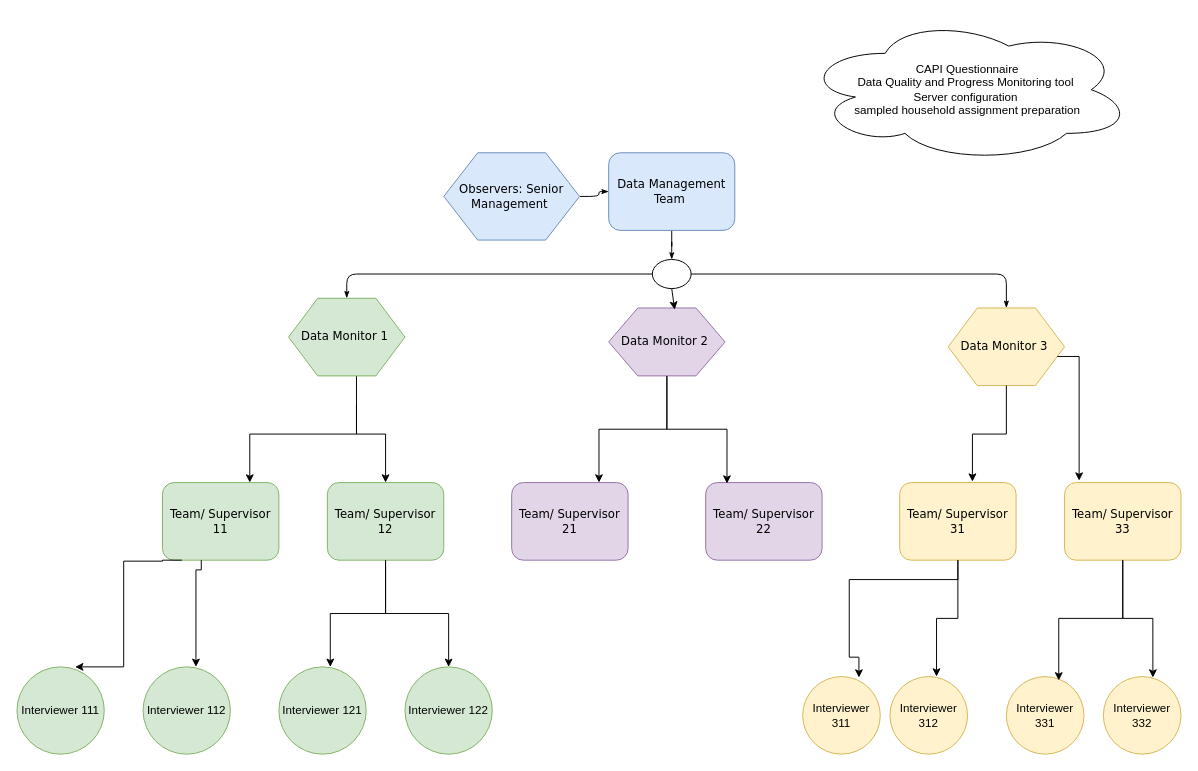
Above: Untitled Diagram.drawio in ATsegay/ATsegay (draw.io), before the change. Source tidied: cells renumbered, new cells numbered last; positions are measured from the earlier drawing's top-left corner, leaving out a move shared by most shapes. Both pictures are drawn from the tidied source at 97%, with x=0, y=0 at pixel (16, 16).
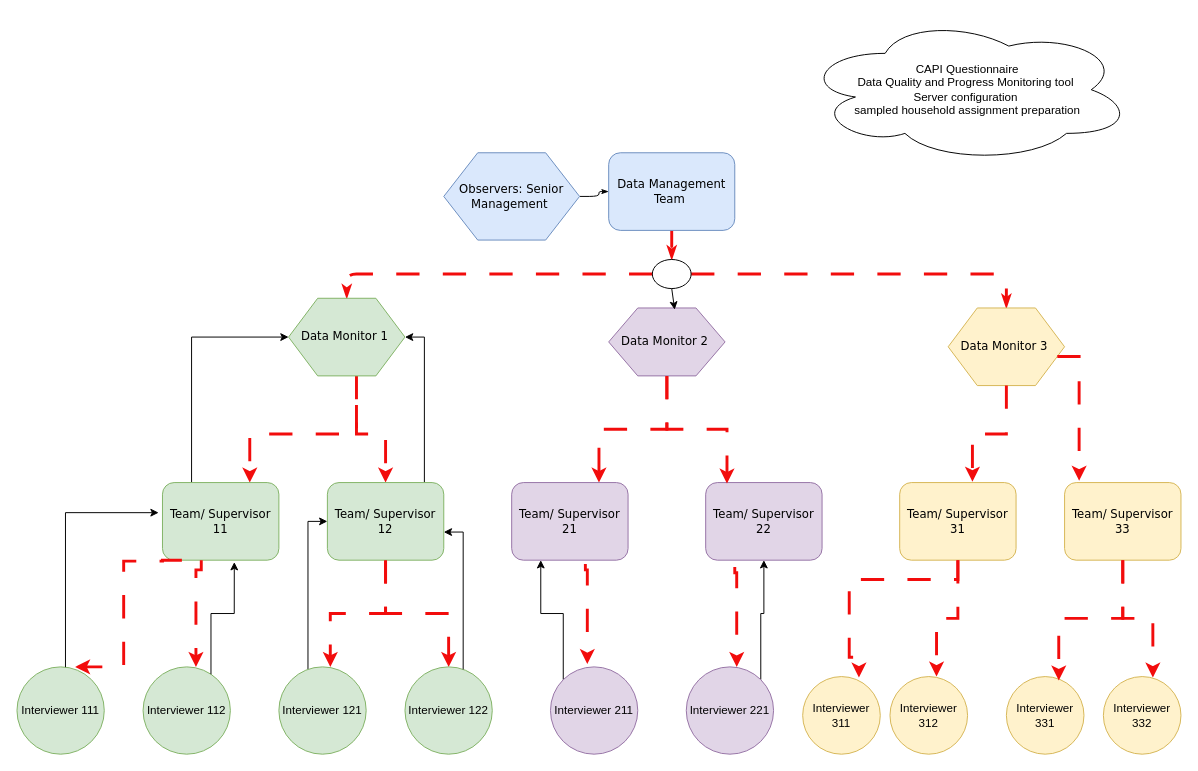
Above is the later version.

The change refers to these unchanged cells:
```xml
<mxCell id="5" value="Data Management Team&amp;nbsp;" style="rounded=1;whiteSpace=wrap;html=1;shadow=0;labelBackgroundColor=none;strokeWidth=1;fontFamily=Verdana;fontSize=12;align=center;fillColor=#dae8fc;strokeColor=#6c8ebf;" parent="1" vertex="1">
  <mxGeometry x="610" y="140" width="130" height="80" as="geometry" />
</mxCell>
<mxCell id="8" style="ellipse;whiteSpace=wrap;html=1;rounded=1;shadow=0;labelBackgroundColor=none;strokeWidth=1;fontFamily=Verdana;fontSize=12;align=center;" parent="1" vertex="1">
  <mxGeometry x="655" y="250" width="40" height="30" as="geometry" />
</mxCell>
<mxCell id="11" value="Data Monitor 1&amp;nbsp;" style="shape=hexagon;perimeter=hexagonPerimeter;whiteSpace=wrap;html=1;rounded=0;shadow=0;labelBackgroundColor=none;strokeWidth=1;fontFamily=Verdana;fontSize=12;align=center;fillColor=#d5e8d4;strokeColor=#82b366;" parent="1" vertex="1">
  <mxGeometry x="280" y="290" width="120" height="80" as="geometry" />
</mxCell>
<mxCell id="12" value="Data Monitor 3&amp;nbsp;" style="shape=hexagon;perimeter=hexagonPerimeter;whiteSpace=wrap;html=1;rounded=0;shadow=0;labelBackgroundColor=none;strokeWidth=1;fontFamily=Verdana;fontSize=12;align=center;fillColor=#fff2cc;strokeColor=#d6b656;" parent="1" vertex="1">
  <mxGeometry x="960" y="300" width="120" height="80" as="geometry" />
</mxCell>
<mxCell id="13" value="Team/ Supervisor 11" style="rounded=1;whiteSpace=wrap;html=1;shadow=0;labelBackgroundColor=none;strokeWidth=1;fontFamily=Verdana;fontSize=12;align=center;fillColor=#d5e8d4;strokeColor=#82b366;" parent="1" vertex="1">
  <mxGeometry x="150" y="480" width="120" height="80" as="geometry" />
</mxCell>
<mxCell id="14" value="Team/ Supervisor 33" style="rounded=1;whiteSpace=wrap;html=1;shadow=0;labelBackgroundColor=none;strokeWidth=1;fontFamily=Verdana;fontSize=12;align=center;fillColor=#fff2cc;strokeColor=#d6b656;" parent="1" vertex="1">
  <mxGeometry x="1080" y="480" width="120" height="80" as="geometry" />
</mxCell>
<mxCell id="16" value="Data Monitor 2&amp;nbsp;" style="shape=hexagon;perimeter=hexagonPerimeter;whiteSpace=wrap;html=1;rounded=0;shadow=0;labelBackgroundColor=none;strokeWidth=1;fontFamily=Verdana;fontSize=12;align=center;fillColor=#e1d5e7;strokeColor=#9673a6;" parent="1" vertex="1">
  <mxGeometry x="610" y="300" width="120" height="70" as="geometry" />
</mxCell>
<mxCell id="18" value="Team/ Supervisor 21" style="rounded=1;whiteSpace=wrap;html=1;shadow=0;labelBackgroundColor=none;strokeWidth=1;fontFamily=Verdana;fontSize=12;align=center;fillColor=#e1d5e7;strokeColor=#9673a6;" parent="1" vertex="1">
  <mxGeometry x="510" y="480" width="120" height="80" as="geometry" />
</mxCell>
<mxCell id="19" value="Team/ Supervisor 22" style="rounded=1;whiteSpace=wrap;html=1;shadow=0;labelBackgroundColor=none;strokeWidth=1;fontFamily=Verdana;fontSize=12;align=center;fillColor=#e1d5e7;strokeColor=#9673a6;" parent="1" vertex="1">
  <mxGeometry x="710" y="480" width="120" height="80" as="geometry" />
</mxCell>
<mxCell id="21" value="Team/ Supervisor 12" style="rounded=1;whiteSpace=wrap;html=1;shadow=0;labelBackgroundColor=none;strokeWidth=1;fontFamily=Verdana;fontSize=12;align=center;fillColor=#d5e8d4;strokeColor=#82b366;" parent="1" vertex="1">
  <mxGeometry x="320" y="480" width="120" height="80" as="geometry" />
</mxCell>
<mxCell id="22" value="Team/ Supervisor 31" style="rounded=1;whiteSpace=wrap;html=1;shadow=0;labelBackgroundColor=none;strokeWidth=1;fontFamily=Verdana;fontSize=12;align=center;fillColor=#fff2cc;strokeColor=#d6b656;" parent="1" vertex="1">
  <mxGeometry x="910" y="480" width="120" height="80" as="geometry" />
</mxCell>
<mxCell id="23" value="Interviewer 111" style="ellipse;whiteSpace=wrap;html=1;fillColor=#d5e8d4;strokeColor=#82b366;" parent="1" vertex="1">
  <mxGeometry y="670" width="90" height="90" as="geometry" />
</mxCell>
<mxCell id="24" value="Interviewer 122" style="ellipse;whiteSpace=wrap;html=1;fillColor=#d5e8d4;strokeColor=#82b366;" parent="1" vertex="1">
  <mxGeometry x="400" y="670" width="90" height="90" as="geometry" />
</mxCell>
<mxCell id="25" value="Interviewer 121" style="ellipse;whiteSpace=wrap;html=1;fillColor=#d5e8d4;strokeColor=#82b366;" parent="1" vertex="1">
  <mxGeometry x="270" y="670" width="90" height="90" as="geometry" />
</mxCell>
<mxCell id="26" value="Interviewer 112" style="ellipse;whiteSpace=wrap;html=1;fillColor=#d5e8d4;strokeColor=#82b366;" parent="1" vertex="1">
  <mxGeometry x="130" y="670" width="90" height="90" as="geometry" />
</mxCell>
<mxCell id="30" value="Interviewer 311" style="ellipse;whiteSpace=wrap;html=1;fillColor=#fff2cc;strokeColor=#d6b656;" parent="1" vertex="1">
  <mxGeometry x="810" y="680" width="80" height="80" as="geometry" />
</mxCell>
<mxCell id="31" value="Interviewer 312" style="ellipse;whiteSpace=wrap;html=1;fillColor=#fff2cc;strokeColor=#d6b656;" parent="1" vertex="1">
  <mxGeometry x="900" y="680" width="80" height="80" as="geometry" />
</mxCell>
<mxCell id="32" value="Interviewer 331" style="ellipse;whiteSpace=wrap;html=1;fillColor=#fff2cc;strokeColor=#d6b656;" parent="1" vertex="1">
  <mxGeometry x="1020" y="680" width="80" height="80" as="geometry" />
</mxCell>
<mxCell id="33" value="Interviewer 332" style="ellipse;whiteSpace=wrap;html=1;fillColor=#fff2cc;strokeColor=#d6b656;" parent="1" vertex="1">
  <mxGeometry x="1120" y="680" width="80" height="80" as="geometry" />
</mxCell>
```

The edit, as a diff of the source:
```diff
@@
-    <mxCell id="4" style="edgeStyle=orthogonalEdgeStyle;rounded=1;html=1;labelBackgroundColor=none;startArrow=none;startFill=0;startSize=5;endArrow=classicThin;endFill=1;endSize=5;jettySize=auto;strokeWidth=1;fontFamily=Verdana;fontSize=8;" parent="1" edge="1" source="5" target="8">
+    <mxCell id="4" style="edgeStyle=orthogonalEdgeStyle;rounded=1;html=1;labelBackgroundColor=none;startArrow=none;startFill=0;startSize=5;endArrow=classicThin;endFill=1;endSize=5;jettySize=auto;strokeWidth=3;fontFamily=Verdana;fontSize=8;strokeColor=#F20C0C;dashed=1;dashPattern=8 8;" parent="1" edge="1" source="5" target="8">
       <mxGeometry relative="1" as="geometry" />
     </mxCell>
@@
-    <mxCell id="6" style="edgeStyle=orthogonalEdgeStyle;rounded=1;html=1;labelBackgroundColor=none;startArrow=none;startFill=0;startSize=5;endArrow=classicThin;endFill=1;endSize=5;jettySize=auto;strokeWidth=1;fontFamily=Verdana;fontSize=8;" parent="1" edge="1" source="8" target="12">
+    <mxCell id="6" style="edgeStyle=orthogonalEdgeStyle;rounded=1;html=1;labelBackgroundColor=none;startArrow=none;startFill=0;startSize=5;endArrow=classicThin;endFill=1;endSize=5;jettySize=auto;strokeWidth=3;fontFamily=Verdana;fontSize=8;strokeColor=#F20C0C;dashed=1;dashPattern=8 8;" parent="1" edge="1" source="8" target="12">
       <mxGeometry relative="1" as="geometry" />
     </mxCell>
-    <mxCell id="7" style="edgeStyle=orthogonalEdgeStyle;rounded=1;html=1;labelBackgroundColor=none;startArrow=none;startFill=0;startSize=5;endArrow=classicThin;endFill=1;endSize=5;jettySize=auto;strokeWidth=1;fontFamily=Verdana;fontSize=8;" parent="1" edge="1" source="8" target="11">
+    <mxCell id="7" style="edgeStyle=orthogonalEdgeStyle;rounded=1;html=1;labelBackgroundColor=none;startArrow=none;startFill=0;startSize=5;endArrow=classicThin;endFill=1;endSize=5;jettySize=auto;strokeWidth=3;fontFamily=Verdana;fontSize=8;strokeColor=#F20C0C;dashed=1;dashPattern=8 8;" parent="1" edge="1" source="8" target="11">
       <mxGeometry relative="1" as="geometry" />
     </mxCell>
@@
-    <mxCell id="9" style="edgeStyle=orthogonalEdgeStyle;rounded=0;jettySize=auto;html=1;entryX=0.5;entryY=0;entryDx=0;entryDy=0;" parent="1" edge="1" source="11" target="21">
+    <mxCell id="9" style="edgeStyle=orthogonalEdgeStyle;rounded=0;jettySize=auto;html=1;entryX=0.5;entryY=0;entryDx=0;entryDy=0;strokeColor=#F20C0C;dashed=1;dashPattern=8 8;strokeWidth=3;" parent="1" edge="1" source="11" target="21">
       <mxGeometry relative="1" as="geometry">
         <Array as="points">
           <mxPoint x="350" y="430" />
           <mxPoint x="380" y="430" />
         </Array>
       </mxGeometry>
     </mxCell>
-    <mxCell id="10" style="edgeStyle=orthogonalEdgeStyle;rounded=0;jettySize=auto;html=1;entryX=0.75;entryY=0;entryDx=0;entryDy=0;" parent="1" edge="1" target="13">
+    <mxCell id="10" style="edgeStyle=orthogonalEdgeStyle;rounded=0;jettySize=auto;html=1;entryX=0.75;entryY=0;entryDx=0;entryDy=0;strokeColor=#F20C0C;dashed=1;dashPattern=8 8;strokeWidth=3;" parent="1" edge="1" target="13">
       <mxGeometry relative="1" as="geometry">
         <mxPoint x="350" y="400" as="sourcePoint" />
         <Array as="points">
           <mxPoint x="350" y="430" />
           <mxPoint x="240" y="430" />
         </Array>
       </mxGeometry>
     </mxCell>
@@
+    <mxCell id="42" style="edgeStyle=orthogonalEdgeStyle;rounded=0;jettySize=auto;html=1;entryX=0;entryY=0.5;entryDx=0;entryDy=0;" parent="1" edge="1" source="13" target="11">
+      <mxGeometry relative="1" as="geometry">
+        <Array as="points">
+          <mxPoint x="180" y="330" />
+        </Array>
+      </mxGeometry>
+    </mxCell>
@@
-    <mxCell id="15" style="edgeStyle=orthogonalEdgeStyle;rounded=0;jettySize=auto;html=1;entryX=0.75;entryY=0;entryDx=0;entryDy=0;" parent="1" edge="1" source="16" target="18">
+    <mxCell id="15" style="edgeStyle=orthogonalEdgeStyle;rounded=0;jettySize=auto;html=1;entryX=0.75;entryY=0;entryDx=0;entryDy=0;strokeColor=#F20C0C;dashed=1;dashPattern=8 8;strokeWidth=3;" parent="1" edge="1" source="16" target="18">
       <mxGeometry relative="1" as="geometry" />
     </mxCell>
@@
-    <mxCell id="20" style="edgeStyle=orthogonalEdgeStyle;rounded=0;jettySize=auto;html=1;entryX=0.5;entryY=0;entryDx=0;entryDy=0;" parent="1" edge="1" source="21" target="24">
+    <mxCell id="20" style="edgeStyle=orthogonalEdgeStyle;rounded=0;jettySize=auto;html=1;entryX=0.5;entryY=0;entryDx=0;entryDy=0;strokeColor=#F20C0C;dashed=1;dashPattern=8 8;strokeWidth=3;" parent="1" edge="1" source="21" target="24">
       <mxGeometry relative="1" as="geometry" />
     </mxCell>
+    <mxCell id="43" style="edgeStyle=orthogonalEdgeStyle;rounded=0;jettySize=auto;html=1;entryX=1;entryY=0.5;entryDx=0;entryDy=0;" parent="1" edge="1" source="21" target="11">
+      <mxGeometry relative="1" as="geometry">
+        <Array as="points">
+          <mxPoint x="420" y="330" />
+        </Array>
+      </mxGeometry>
+    </mxCell>
@@
+    <mxCell id="44" style="edgeStyle=orthogonalEdgeStyle;rounded=0;jettySize=auto;html=1;entryX=0;entryY=0.5;entryDx=0;entryDy=0;" parent="1" edge="1" source="25" target="21">
+      <mxGeometry relative="1" as="geometry">
+        <Array as="points">
+          <mxPoint x="300" y="520" />
+        </Array>
+      </mxGeometry>
+    </mxCell>
@@
-    <mxCell id="27" style="edgeStyle=orthogonalEdgeStyle;rounded=0;orthogonalLoop=1;jettySize=auto;html=1;exitX=0.25;exitY=1;exitDx=0;exitDy=0;entryX=0.778;entryY=0;entryDx=0;entryDy=0;entryPerimeter=0;" parent="1" edge="1">
+    <mxCell id="27" style="edgeStyle=orthogonalEdgeStyle;rounded=0;orthogonalLoop=1;jettySize=auto;html=1;exitX=0.25;exitY=1;exitDx=0;exitDy=0;entryX=0.778;entryY=0;entryDx=0;entryDy=0;entryPerimeter=0;strokeColor=#F20C0C;dashed=1;dashPattern=8 8;strokeWidth=3;" parent="1" edge="1">
       <mxGeometry relative="1" as="geometry">
         <mxPoint x="170" y="560" as="sourcePoint" />
         <mxPoint x="60" y="670" as="targetPoint" />
         <Array as="points">
           <mxPoint x="150" y="560" />
           <mxPoint x="150" y="561" />
           <mxPoint x="110" y="561" />
           <mxPoint x="110" y="670" />
         </Array>
       </mxGeometry>
     </mxCell>
-    <mxCell id="28" style="edgeStyle=orthogonalEdgeStyle;rounded=0;orthogonalLoop=1;jettySize=auto;html=1;entryX=0.767;entryY=0.078;entryDx=0;entryDy=0;entryPerimeter=0;" parent="1" edge="1">
+    <mxCell id="28" style="edgeStyle=orthogonalEdgeStyle;rounded=0;orthogonalLoop=1;jettySize=auto;html=1;entryX=0.767;entryY=0.078;entryDx=0;entryDy=0;entryPerimeter=0;strokeColor=#F20C0C;dashed=1;dashPattern=8 8;strokeWidth=3;" parent="1" edge="1">
       <mxGeometry relative="1" as="geometry">
         <mxPoint x="190" y="560" as="sourcePoint" />
         <mxPoint x="184.5" y="670" as="targetPoint" />
         <Array as="points">
           <mxPoint x="185" y="570" />
         </Array>
       </mxGeometry>
     </mxCell>
-    <mxCell id="29" style="edgeStyle=orthogonalEdgeStyle;rounded=0;jettySize=auto;html=1;entryX=0.589;entryY=0;entryDx=0;entryDy=0;entryPerimeter=0;" parent="1" edge="1" source="21" target="25">
+    <mxCell id="29" style="edgeStyle=orthogonalEdgeStyle;rounded=0;jettySize=auto;html=1;entryX=0.589;entryY=0;entryDx=0;entryDy=0;entryPerimeter=0;strokeColor=#F20C0C;dashed=1;dashPattern=8 8;strokeWidth=3;" parent="1" edge="1" source="21" target="25">
       <mxGeometry relative="1" as="geometry" />
     </mxCell>
@@
-    <mxCell id="34" style="edgeStyle=orthogonalEdgeStyle;rounded=0;jettySize=auto;html=1;entryX=0.725;entryY=0.013;entryDx=0;entryDy=0;entryPerimeter=0;" parent="1" edge="1" source="22" target="30">
+    <mxCell id="34" style="edgeStyle=orthogonalEdgeStyle;rounded=0;jettySize=auto;html=1;entryX=0.725;entryY=0.013;entryDx=0;entryDy=0;entryPerimeter=0;strokeColor=#F20C0C;dashed=1;dashPattern=8 8;strokeWidth=3;" parent="1" edge="1" source="22" target="30">
       <mxGeometry relative="1" as="geometry">
         <Array as="points">
           <mxPoint x="970" y="580" />
           <mxPoint x="858" y="580" />
           <mxPoint x="858" y="660" />
           <mxPoint x="868" y="660" />
         </Array>
       </mxGeometry>
     </mxCell>
-    <mxCell id="35" style="edgeStyle=orthogonalEdgeStyle;rounded=0;jettySize=auto;html=1;entryX=0.6;entryY=0;entryDx=0;entryDy=0;entryPerimeter=0;" parent="1" edge="1" source="22" target="31">
+    <mxCell id="35" style="edgeStyle=orthogonalEdgeStyle;rounded=0;jettySize=auto;html=1;entryX=0.6;entryY=0;entryDx=0;entryDy=0;entryPerimeter=0;strokeColor=#F20C0C;dashed=1;dashPattern=8 8;strokeWidth=3;" parent="1" edge="1" source="22" target="31">
       <mxGeometry relative="1" as="geometry" />
     </mxCell>
-    <mxCell id="36" style="edgeStyle=orthogonalEdgeStyle;rounded=0;jettySize=auto;html=1;entryX=0.675;entryY=0.05;entryDx=0;entryDy=0;entryPerimeter=0;" parent="1" edge="1" source="14" target="32">
+    <mxCell id="36" style="edgeStyle=orthogonalEdgeStyle;rounded=0;jettySize=auto;html=1;entryX=0.675;entryY=0.05;entryDx=0;entryDy=0;entryPerimeter=0;strokeColor=#F20C0C;dashed=1;dashPattern=8 8;strokeWidth=3;" parent="1" edge="1" source="14" target="32">
       <mxGeometry relative="1" as="geometry" />
     </mxCell>
-    <mxCell id="37" style="edgeStyle=orthogonalEdgeStyle;rounded=0;jettySize=auto;html=1;entryX=0.638;entryY=0.013;entryDx=0;entryDy=0;entryPerimeter=0;" parent="1" edge="1" source="14" target="33">
+    <mxCell id="37" style="edgeStyle=orthogonalEdgeStyle;rounded=0;jettySize=auto;html=1;entryX=0.638;entryY=0.013;entryDx=0;entryDy=0;entryPerimeter=0;strokeColor=#F20C0C;dashed=1;dashPattern=8 8;strokeWidth=3;" parent="1" edge="1" source="14" target="33">
       <mxGeometry relative="1" as="geometry" />
     </mxCell>
@@
-    <mxCell id="39" style="edgeStyle=orthogonalEdgeStyle;rounded=0;jettySize=auto;html=1;entryX=0.125;entryY=-0.025;entryDx=0;entryDy=0;entryPerimeter=0;" parent="1" edge="1" source="12" target="14">
+    <mxCell id="39" style="edgeStyle=orthogonalEdgeStyle;rounded=0;jettySize=auto;html=1;entryX=0.125;entryY=-0.025;entryDx=0;entryDy=0;entryPerimeter=0;strokeColor=#F20C0C;dashed=1;dashPattern=8 8;strokeWidth=3;" parent="1" edge="1" source="12" target="14">
       <mxGeometry relative="1" as="geometry">
         <Array as="points">
           <mxPoint x="1020" y="350" />
           <mxPoint x="1095" y="350" />
         </Array>
       </mxGeometry>
     </mxCell>
-    <mxCell id="40" style="edgeStyle=orthogonalEdgeStyle;rounded=0;jettySize=auto;html=1;entryX=0.625;entryY=-0.012;entryDx=0;entryDy=0;entryPerimeter=0;" parent="1" edge="1" source="12" target="22">
+    <mxCell id="40" style="edgeStyle=orthogonalEdgeStyle;rounded=0;jettySize=auto;html=1;entryX=0.625;entryY=-0.012;entryDx=0;entryDy=0;entryPerimeter=0;strokeColor=#F20C0C;dashed=1;dashPattern=8 8;strokeWidth=3;" parent="1" edge="1" source="12" target="22">
       <mxGeometry relative="1" as="geometry" />
     </mxCell>
-    <mxCell id="41" style="edgeStyle=orthogonalEdgeStyle;rounded=0;jettySize=auto;html=1;entryX=0.183;entryY=0.013;entryDx=0;entryDy=0;entryPerimeter=0;" parent="1" edge="1" source="16" target="19">
+    <mxCell id="41" style="edgeStyle=orthogonalEdgeStyle;rounded=0;jettySize=auto;html=1;entryX=0.183;entryY=0.013;entryDx=0;entryDy=0;entryPerimeter=0;strokeColor=#F20C0C;dashed=1;dashPattern=8 8;strokeWidth=3;" parent="1" edge="1" source="16" target="19">
       <mxGeometry relative="1" as="geometry" />
     </mxCell>
+    <mxCell id="45" style="edgeStyle=orthogonalEdgeStyle;rounded=0;jettySize=auto;html=1;entryX=0.617;entryY=1.025;entryDx=0;entryDy=0;entryPerimeter=0;" parent="1" edge="1" source="26" target="13">
+      <mxGeometry relative="1" as="geometry">
+        <Array as="points">
+          <mxPoint x="200" y="615" />
+          <mxPoint x="224" y="615" />
+        </Array>
+      </mxGeometry>
+    </mxCell>
+    <mxCell id="46" style="edgeStyle=orthogonalEdgeStyle;rounded=0;jettySize=auto;html=1;entryX=-0.033;entryY=0.388;entryDx=0;entryDy=0;entryPerimeter=0;" parent="1" edge="1" source="23" target="13">
+      <mxGeometry relative="1" as="geometry">
+        <Array as="points">
+          <mxPoint x="50" y="511" />
+        </Array>
+      </mxGeometry>
+    </mxCell>
+    <mxCell id="47" style="edgeStyle=orthogonalEdgeStyle;rounded=0;jettySize=auto;html=1;entryX=1;entryY=0.638;entryDx=0;entryDy=0;entryPerimeter=0;" parent="1" edge="1" source="24" target="21">
+      <mxGeometry relative="1" as="geometry">
+        <Array as="points">
+          <mxPoint x="460" y="531" />
+        </Array>
+      </mxGeometry>
+    </mxCell>
+    <mxCell id="48" style="edgeStyle=orthogonalEdgeStyle;rounded=0;jettySize=auto;html=1;exitX=0;exitY=0;exitDx=0;exitDy=0;entryX=0.25;entryY=1;entryDx=0;entryDy=0;" parent="1" edge="1" source="49" target="18">
+      <mxGeometry relative="1" as="geometry" />
+    </mxCell>
+    <mxCell id="49" value="Interviewer 211" style="ellipse;whiteSpace=wrap;html=1;fillColor=#e1d5e7;strokeColor=#9673a6;" parent="1" vertex="1">
+      <mxGeometry x="550" y="670" width="90" height="90" as="geometry" />
+    </mxCell>
+    <mxCell id="50" style="edgeStyle=orthogonalEdgeStyle;rounded=0;jettySize=auto;html=1;exitX=1;exitY=0;exitDx=0;exitDy=0;entryX=0.5;entryY=1;entryDx=0;entryDy=0;" parent="1" edge="1" source="51" target="19">
+      <mxGeometry relative="1" as="geometry" />
+    </mxCell>
+    <mxCell id="51" value="Interviewer 221" style="ellipse;whiteSpace=wrap;html=1;fillColor=#e1d5e7;strokeColor=#9673a6;" parent="1" vertex="1">
+      <mxGeometry x="690" y="670" width="90" height="90" as="geometry" />
+    </mxCell>
+    <mxCell id="52" style="edgeStyle=orthogonalEdgeStyle;rounded=0;jettySize=auto;html=1;entryX=0.422;entryY=-0.033;entryDx=0;entryDy=0;entryPerimeter=0;strokeColor=#F20C0C;dashed=1;dashPattern=8 8;strokeWidth=3;exitX=0.633;exitY=1.05;exitDx=0;exitDy=0;exitPerimeter=0;" parent="1" edge="1" source="18" target="49">
+      <mxGeometry relative="1" as="geometry">
+        <Array as="points">
+          <mxPoint x="586" y="570" />
+          <mxPoint x="588" y="570" />
+        </Array>
+      </mxGeometry>
+    </mxCell>
+    <mxCell id="53" style="edgeStyle=orthogonalEdgeStyle;rounded=0;orthogonalLoop=1;jettySize=auto;html=1;entryX=0.422;entryY=-0.033;entryDx=0;entryDy=0;entryPerimeter=0;strokeColor=#F20C0C;dashed=1;dashPattern=8 8;strokeWidth=3;exitX=0.633;exitY=1.05;exitDx=0;exitDy=0;exitPerimeter=0;" parent="1" edge="1">
+      <mxGeometry relative="1" as="geometry">
+        <mxPoint x="740" y="567" as="sourcePoint" />
+        <mxPoint x="742" y="670" as="targetPoint" />
+        <Array as="points">
+          <mxPoint x="740" y="573" />
+          <mxPoint x="742" y="573" />
+        </Array>
+      </mxGeometry>
+    </mxCell>
```
